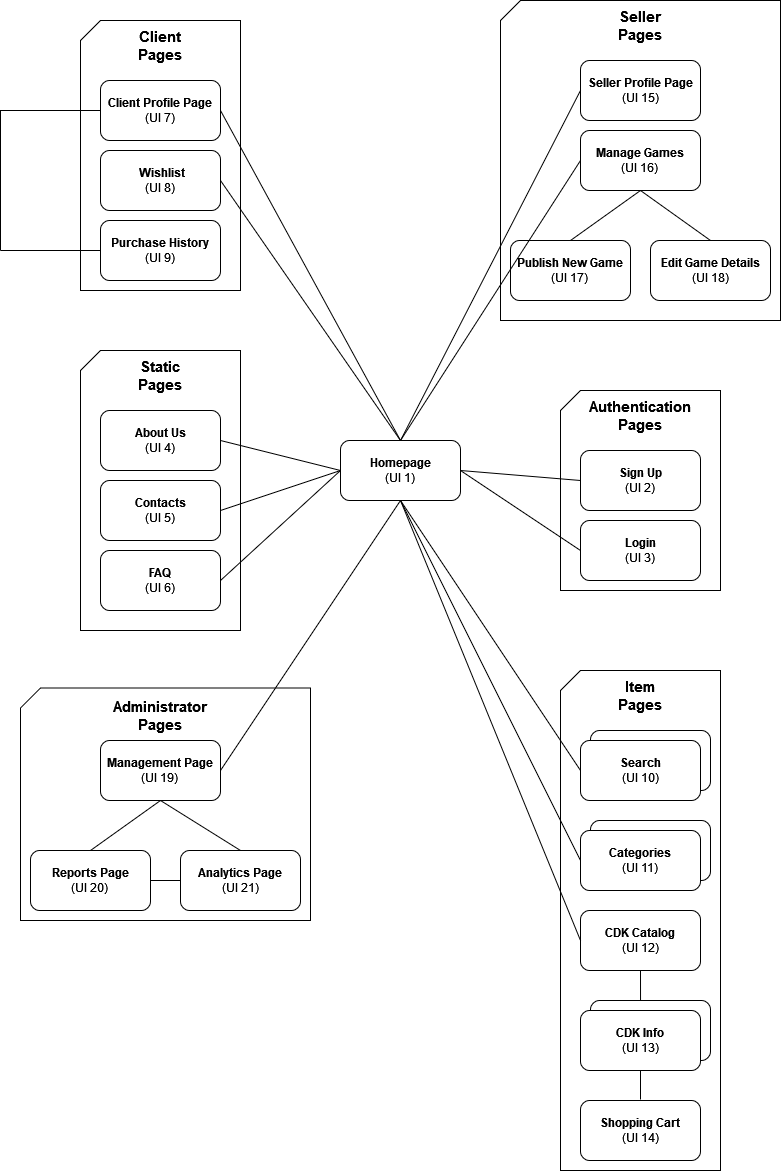
Above: assets/sitemap.png in YZ1GO/L.EIC023_LBAW_PRJ (draw.io), before the change. Source tidied: cells renumbered, new cells last; positions are measured from the earlier drawing's top-left corner, leaving out a move shared by most shapes.
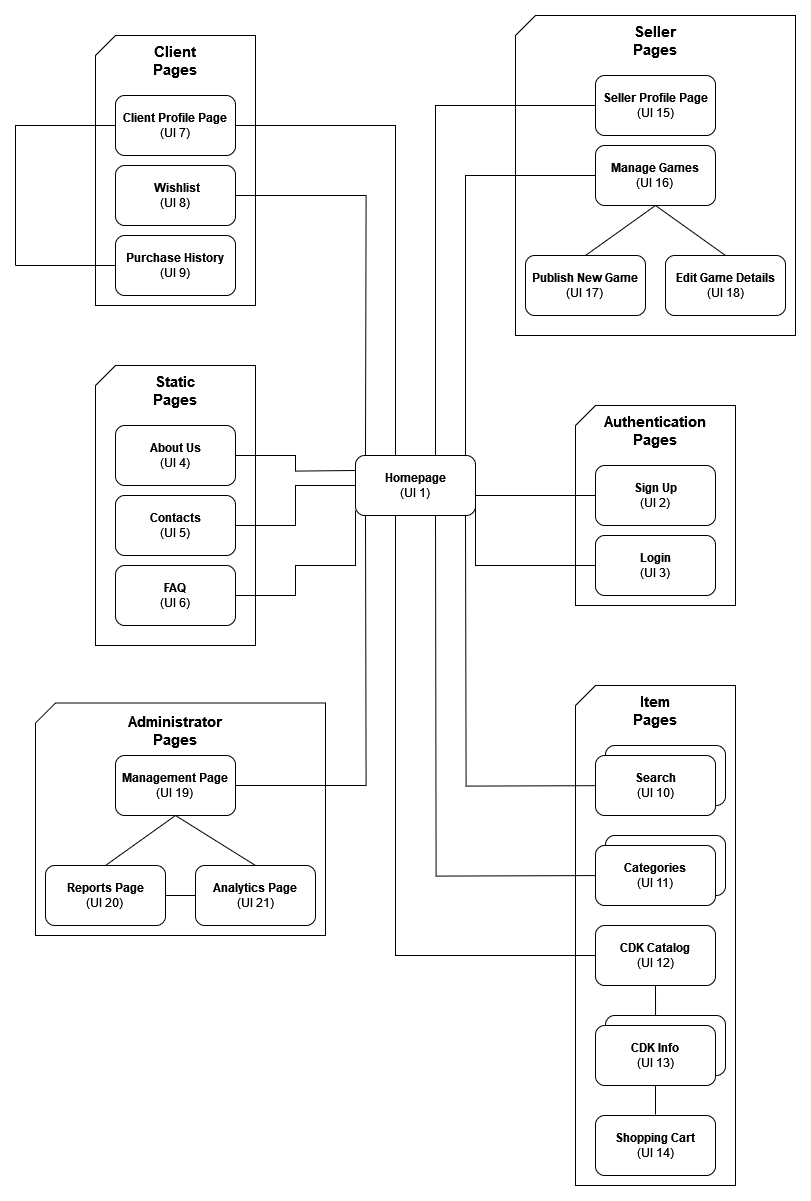
Above is the later version.

The edit, as a diff of the source:
```diff
@@ -56,21 +56,37 @@
     <mxCell id="19" value="&lt;div&gt;&lt;b&gt;Homepage&lt;/b&gt;&lt;/div&gt;(UI 1)" style="rounded=1;whiteSpace=wrap;html=1;" parent="1" vertex="1">
       <mxGeometry x="340" y="440" width="120" height="60" as="geometry" />
     </mxCell>
-    <mxCell id="20" style="endArrow=none;html=1;rounded=0;exitX=1;exitY=0.5;exitDx=0;exitDy=0;entryX=0;entryY=0.5;entryDx=0;entryDy=0;" parent="1" edge="1" source="18" target="19">
-      <mxGeometry relative="1" as="geometry" />
+    <mxCell id="20" style="endArrow=none;html=1;rounded=0;entryX=0;entryY=0.5;entryDx=0;entryDy=0;edgeStyle=orthogonalEdgeStyle;exitX=1;exitY=0.5;exitDx=0;exitDy=0;" parent="1" edge="1" source="18">
+      <mxGeometry relative="1" as="geometry">
+        <mxPoint x="340" y="455" as="targetPoint" />
+      </mxGeometry>
     </mxCell>
-    <mxCell id="21" style="endArrow=none;html=1;rounded=0;entryX=0;entryY=0.5;entryDx=0;entryDy=0;" parent="1" edge="1" target="11">
+    <mxCell id="21" style="endArrow=none;html=1;rounded=0;" parent="1" edge="1">
       <mxGeometry relative="1" as="geometry">
-        <mxPoint x="400" y="440" as="sourcePoint" />
+        <mxPoint x="450" y="440" as="sourcePoint" />
+        <mxPoint x="450" y="160" as="targetPoint" />
+        <Array as="points">
+          <mxPoint x="450" y="160" />
+          <mxPoint x="580" y="160" />
+        </Array>
       </mxGeometry>
     </mxCell>
-    <mxCell id="22" style="endArrow=none;html=1;rounded=0;entryX=1;entryY=0.5;entryDx=0;entryDy=0;exitX=0.5;exitY=0;exitDx=0;exitDy=0;" parent="1" edge="1" source="19" target="39">
-      <mxGeometry relative="1" as="geometry" />
+    <mxCell id="22" style="endArrow=none;html=1;rounded=0;exitX=0.5;exitY=0;exitDx=0;exitDy=0;" parent="1" edge="1">
+      <mxGeometry relative="1" as="geometry">
+        <mxPoint x="380" y="440" as="sourcePoint" />
+        <mxPoint x="380" y="110" as="targetPoint" />
+        <Array as="points">
+          <mxPoint x="380" y="110" />
+          <mxPoint x="200" y="110" />
+        </Array>
+      </mxGeometry>
     </mxCell>
-    <mxCell id="23" style="endArrow=none;html=1;rounded=0;entryX=1;entryY=0.5;entryDx=0;entryDy=0;exitX=0.5;exitY=0;exitDx=0;exitDy=0;" parent="1" edge="1" source="19" target="7">
-      <mxGeometry relative="1" as="geometry" />
+    <mxCell id="23" style="endArrow=none;html=1;rounded=0;exitX=1;exitY=0.5;exitDx=0;exitDy=0;edgeStyle=orthogonalEdgeStyle;entryX=0.25;entryY=0;entryDx=0;entryDy=0;" parent="1" edge="1" source="7">
+      <mxGeometry relative="1" as="geometry">
+        <mxPoint x="350" y="440" as="targetPoint" />
+      </mxGeometry>
     </mxCell>
-    <mxCell id="24" style="endArrow=none;html=1;rounded=0;exitX=1;exitY=0.5;exitDx=0;exitDy=0;entryX=0;entryY=0.5;entryDx=0;entryDy=0;" parent="1" edge="1" source="17" target="19">
+    <mxCell id="24" style="endArrow=none;html=1;rounded=0;entryX=0;entryY=0.5;entryDx=0;entryDy=0;edgeStyle=orthogonalEdgeStyle;exitX=1;exitY=0.5;exitDx=0;exitDy=0;" parent="1" edge="1" source="17" target="19">
       <mxGeometry relative="1" as="geometry" />
     </mxCell>
     <mxCell id="25" style="verticalLabelPosition=bottom;verticalAlign=top;html=1;shape=card;whiteSpace=wrap;size=20;arcSize=12;direction=east;" parent="1" vertex="1">
@@ -91,9 +107,9 @@
     <mxCell id="30" value="&lt;div&gt;&lt;b&gt;Shopping Cart&lt;/b&gt;&lt;/div&gt;(UI 14)" style="rounded=1;whiteSpace=wrap;html=1;" parent="1" vertex="1">
       <mxGeometry x="580" y="1100" width="120" height="60" as="geometry" />
     </mxCell>
-    <mxCell id="31" style="endArrow=none;html=1;rounded=0;exitX=1;exitY=0.5;exitDx=0;exitDy=0;entryX=0;entryY=0.5;entryDx=0;entryDy=0;" parent="1" edge="1" source="4">
+    <mxCell id="31" style="endArrow=none;html=1;rounded=0;edgeStyle=orthogonalEdgeStyle;entryX=0.5;entryY=1;entryDx=0;entryDy=0;exitX=1;exitY=0.5;exitDx=0;exitDy=0;" parent="1" edge="1" source="4">
       <mxGeometry relative="1" as="geometry">
-        <mxPoint x="400" y="500" as="targetPoint" />
+        <mxPoint x="350" y="500" as="targetPoint" />
       </mxGeometry>
     </mxCell>
     <mxCell id="32" style="endArrow=none;html=1;rounded=0;exitX=0.5;exitY=1;exitDx=0;exitDy=0;entryX=0.5;entryY=0;entryDx=0;entryDy=0;" parent="1" edge="1" source="11" target="13">
@@ -102,14 +118,20 @@
     <mxCell id="33" value="&lt;div&gt;&lt;b&gt;FAQ&lt;/b&gt;&lt;/div&gt;(UI 6)" style="rounded=1;whiteSpace=wrap;html=1;" parent="1" vertex="1">
       <mxGeometry x="100" y="550" width="120" height="60" as="geometry" />
     </mxCell>
-    <mxCell id="34" style="endArrow=none;html=1;rounded=0;exitX=1;exitY=0.5;exitDx=0;exitDy=0;entryX=0;entryY=0.5;entryDx=0;entryDy=0;" parent="1" edge="1" source="33" target="19">
-      <mxGeometry relative="1" as="geometry" />
-    </mxCell>
-    <mxCell id="35" style="endArrow=none;html=1;rounded=0;entryX=0.5;entryY=1;entryDx=0;entryDy=0;exitX=0;exitY=0.5;exitDx=0;exitDy=0;" parent="1" edge="1" source="52" target="19">
-      <mxGeometry relative="1" as="geometry" />
+    <mxCell id="35" style="endArrow=none;html=1;rounded=0;entryX=0.5;entryY=1;entryDx=0;entryDy=0;edgeStyle=orthogonalEdgeStyle;exitX=0;exitY=0.5;exitDx=0;exitDy=0;" parent="1" edge="1">
+      <mxGeometry relative="1" as="geometry">
+        <mxPoint x="630" y="770" as="sourcePoint" />
+        <mxPoint x="450" y="500" as="targetPoint" />
+      </mxGeometry>
     </mxCell>
-    <mxCell id="36" style="endArrow=none;html=1;rounded=0;entryX=0.5;entryY=1;entryDx=0;entryDy=0;exitX=0;exitY=0.5;exitDx=0;exitDy=0;" parent="1" edge="1" source="28" target="19">
-      <mxGeometry relative="1" as="geometry" />
+    <mxCell id="36" style="endArrow=none;html=1;rounded=0;entryX=0.5;entryY=1;entryDx=0;entryDy=0;exitX=0;exitY=0.5;exitDx=0;exitDy=0;" parent="1" edge="1" source="28">
+      <mxGeometry relative="1" as="geometry">
+        <mxPoint x="380" y="500" as="targetPoint" />
+        <Array as="points">
+          <mxPoint x="380" y="940" />
+          <mxPoint x="380" y="700" />
+        </Array>
+      </mxGeometry>
     </mxCell>
     <mxCell id="37" style="endArrow=none;html=1;rounded=0;exitX=0.417;exitY=0;exitDx=0;exitDy=0;entryX=0.5;entryY=1;entryDx=0;entryDy=0;exitPerimeter=0;" parent="1" edge="1" source="29" target="28">
       <mxGeometry relative="1" as="geometry" />
@@ -125,10 +147,12 @@
     <mxCell id="40" value="&lt;div&gt;&lt;b&gt;Seller Profile Page&lt;/b&gt;&lt;/div&gt;(UI 15)" style="rounded=1;whiteSpace=wrap;html=1;" parent="1" vertex="1">
       <mxGeometry x="580" y="60" width="120" height="60" as="geometry" />
     </mxCell>
-    <mxCell id="41" style="endArrow=none;html=1;rounded=0;" parent="1" edge="1">
+    <mxCell id="41" style="endArrow=none;html=1;rounded=0;entryX=0;entryY=0.5;entryDx=0;entryDy=0;" parent="1" edge="1" target="40">
       <mxGeometry relative="1" as="geometry">
-        <mxPoint x="400" y="440" as="sourcePoint" />
-        <mxPoint x="580" y="90" as="targetPoint" />
+        <mxPoint x="420" y="440" as="sourcePoint" />
+        <Array as="points">
+          <mxPoint x="420" y="90" />
+        </Array>
       </mxGeometry>
     </mxCell>
     <mxCell id="42" value="&lt;div&gt;&lt;b&gt;CDK Info&lt;/b&gt;&lt;/div&gt;(UI 13)" style="rounded=1;whiteSpace=wrap;html=1;" parent="1" vertex="1">
@@ -149,18 +173,28 @@
     <mxCell id="47" style="rounded=1;whiteSpace=wrap;html=1;" parent="1" vertex="1">
       <mxGeometry x="590" y="820" width="120" height="60" as="geometry" />
     </mxCell>
-    <mxCell id="48" style="endArrow=none;html=1;rounded=0;exitX=1;exitY=0.5;exitDx=0;exitDy=0;entryX=0;entryY=0.5;entryDx=0;entryDy=0;" parent="1" edge="1" target="44">
+    <mxCell id="48" style="endArrow=none;html=1;rounded=0;entryX=0;entryY=0.5;entryDx=0;entryDy=0;" parent="1" edge="1" target="44">
       <mxGeometry relative="1" as="geometry">
-        <mxPoint x="460" y="470" as="sourcePoint" />
+        <mxPoint x="460" y="480" as="sourcePoint" />
+        <Array as="points">
+          <mxPoint x="500" y="480" />
+        </Array>
       </mxGeometry>
     </mxCell>
-    <mxCell id="49" style="endArrow=none;html=1;rounded=0;exitX=1;exitY=0.5;exitDx=0;exitDy=0;entryX=0;entryY=0.5;entryDx=0;entryDy=0;" parent="1" edge="1" source="19">
+    <mxCell id="49" style="endArrow=none;html=1;rounded=0;exitX=1;exitY=0.75;exitDx=0;exitDy=0;" parent="1" edge="1" source="19">
       <mxGeometry relative="1" as="geometry">
-        <mxPoint x="580" y="550" as="targetPoint" />
+        <mxPoint x="460" y="550" as="targetPoint" />
+        <Array as="points">
+          <mxPoint x="460" y="550" />
+          <mxPoint x="580" y="550" />
+        </Array>
       </mxGeometry>
     </mxCell>
-    <mxCell id="50" style="endArrow=none;html=1;rounded=0;entryX=0.5;entryY=1;entryDx=0;entryDy=0;exitX=0;exitY=0.5;exitDx=0;exitDy=0;" parent="1" edge="1" source="51" target="19">
-      <mxGeometry relative="1" as="geometry" />
+    <mxCell id="50" style="endArrow=none;html=1;rounded=0;entryX=0.5;entryY=1;entryDx=0;entryDy=0;edgeStyle=orthogonalEdgeStyle;elbow=vertical;exitX=0;exitY=0.5;exitDx=0;exitDy=0;" parent="1" edge="1">
+      <mxGeometry relative="1" as="geometry">
+        <mxPoint x="600" y="860" as="sourcePoint" />
+        <mxPoint x="420" y="500" as="targetPoint" />
+      </mxGeometry>
     </mxCell>
     <mxCell id="51" value="&lt;div&gt;&lt;b&gt;Categories&lt;/b&gt;&lt;/div&gt;(UI 11)" style="rounded=1;whiteSpace=wrap;html=1;" parent="1" vertex="1">
       <mxGeometry x="580" y="830" width="120" height="60" as="geometry" />
@@ -199,5 +233,17 @@
         <mxPoint y="250" as="sourcePoint" />
       </mxGeometry>
     </mxCell>
+    <mxCell id="60" style="endArrow=none;html=1;rounded=0;edgeStyle=orthogonalEdgeStyle;entryX=0;entryY=0.5;entryDx=0;entryDy=0;" parent="1" edge="1">
+      <mxGeometry relative="1" as="geometry">
+        <mxPoint x="220" y="590" as="sourcePoint" />
+        <mxPoint x="340" y="495" as="targetPoint" />
+        <Array as="points">
+          <mxPoint x="220" y="580" />
+          <mxPoint x="280" y="580" />
+          <mxPoint x="280" y="550" />
+          <mxPoint x="340" y="550" />
+        </Array>
+      </mxGeometry>
+    </mxCell>
   </root>
 </mxGraphModel>
```
